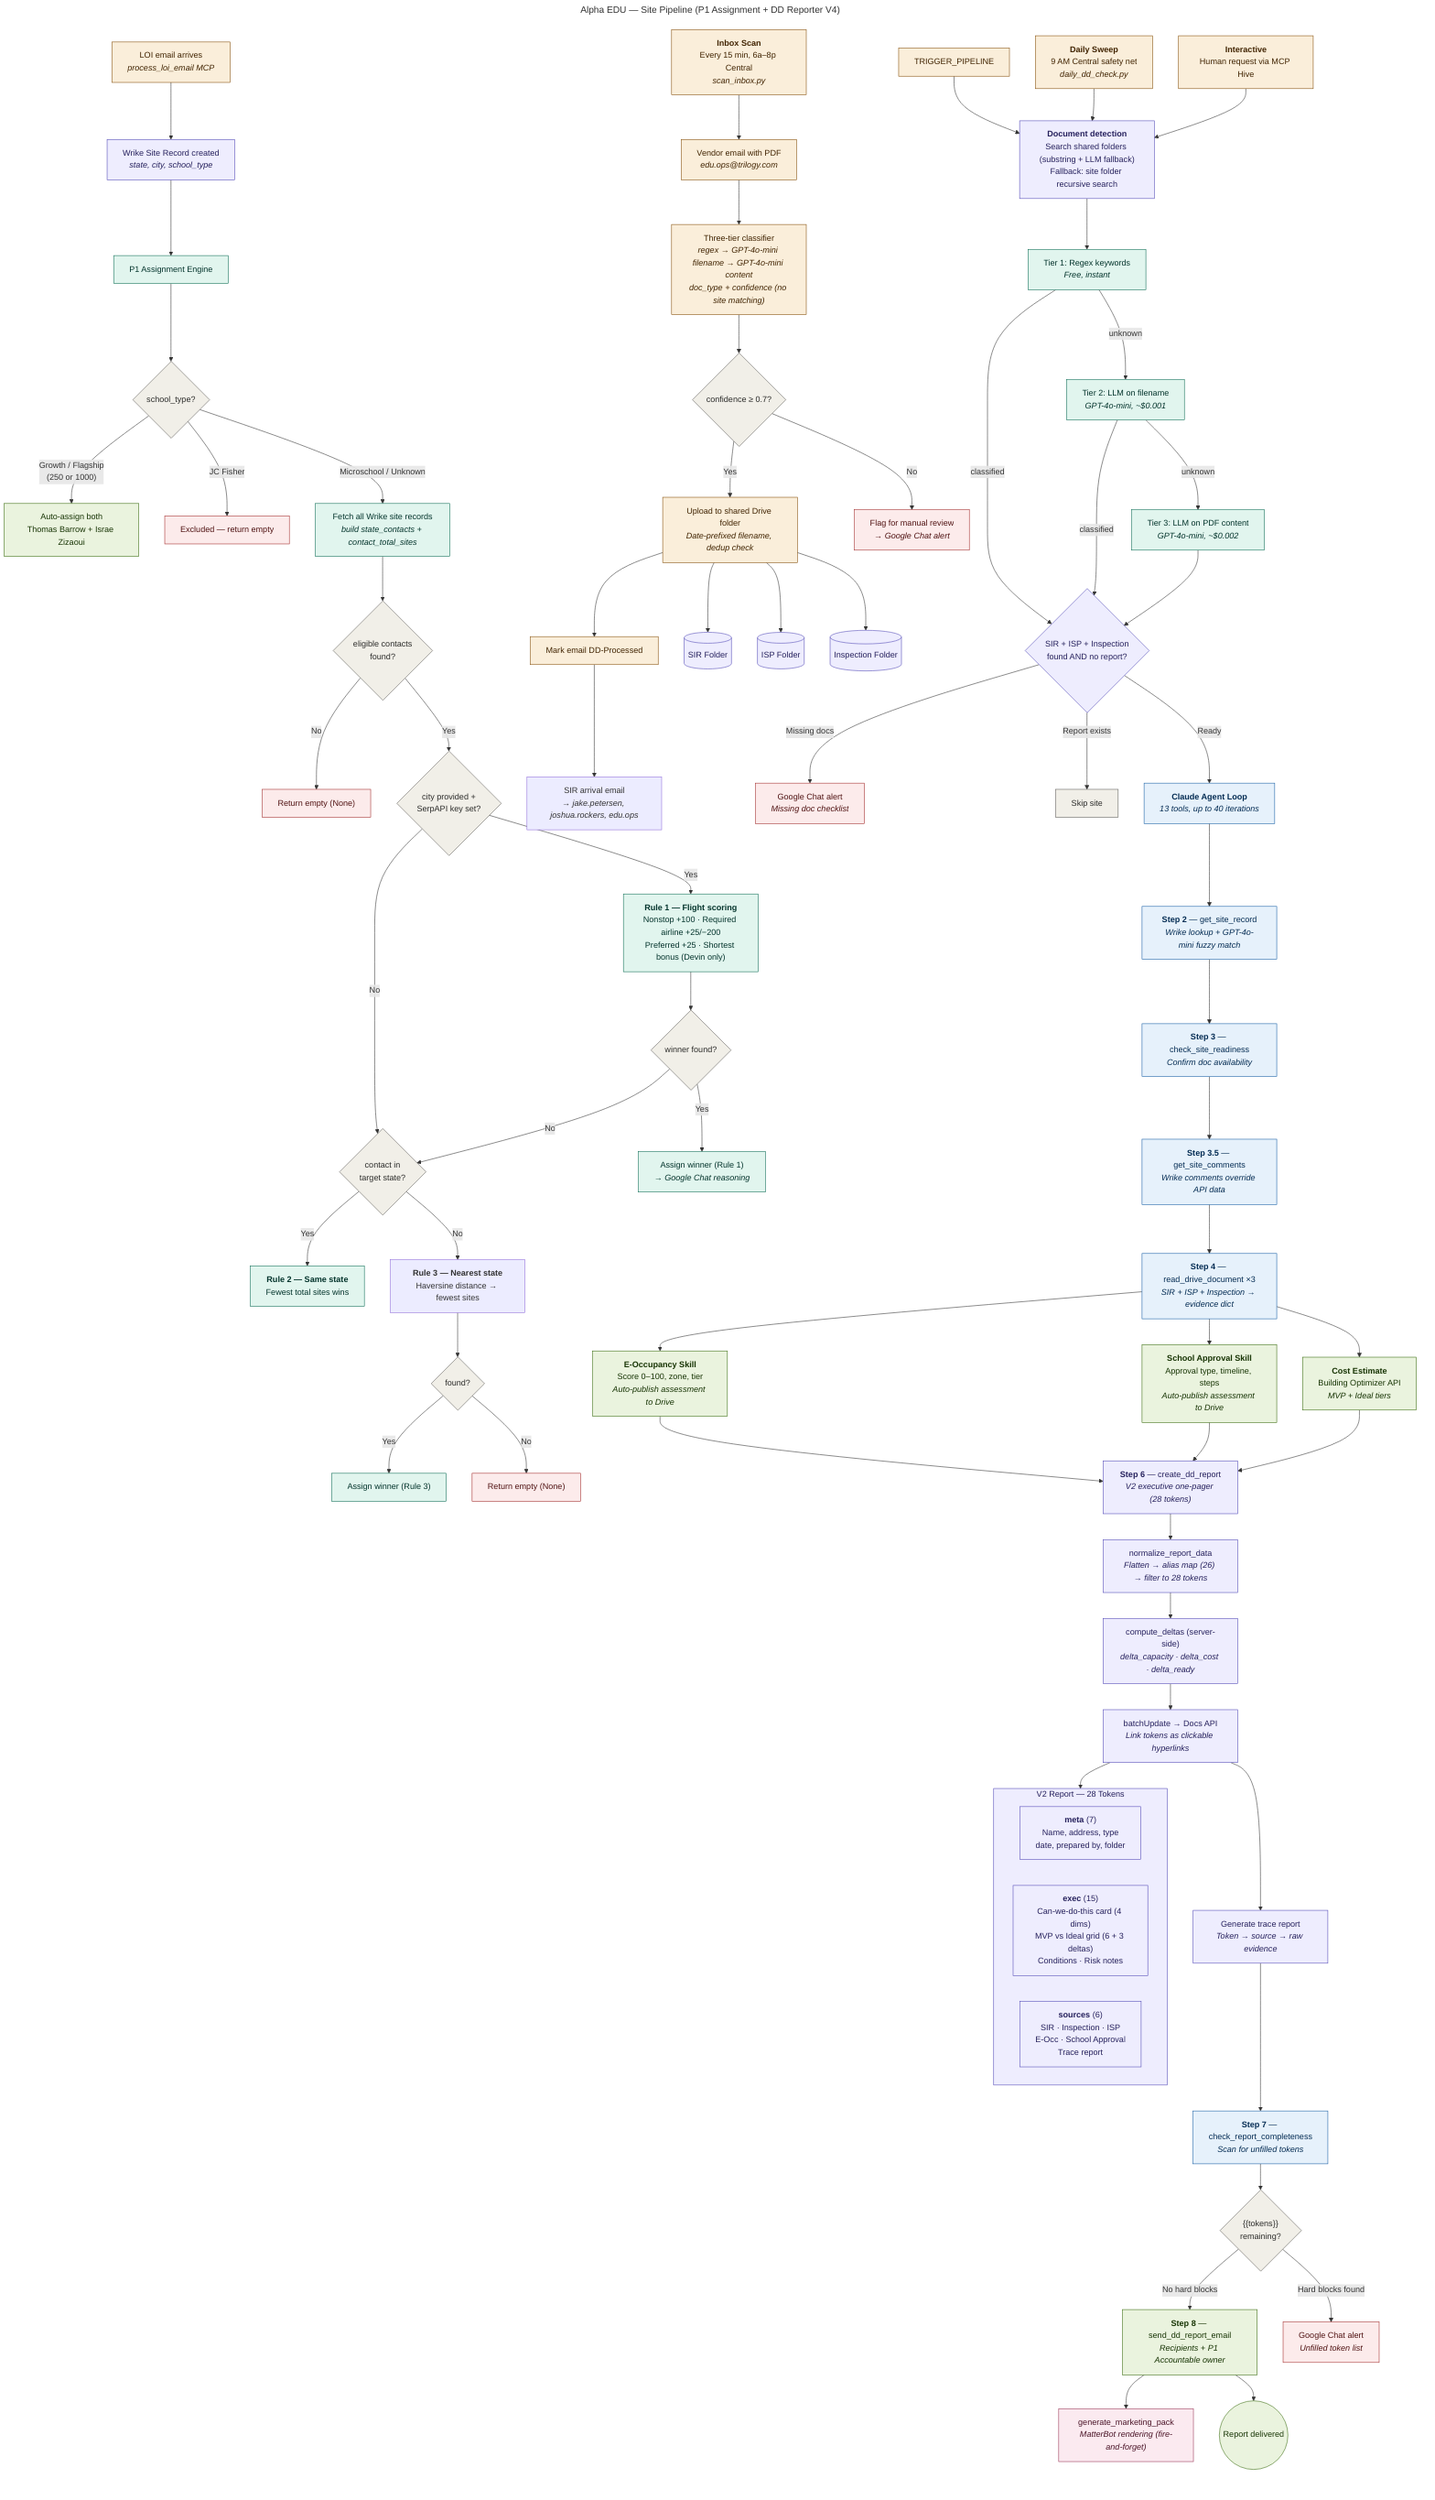
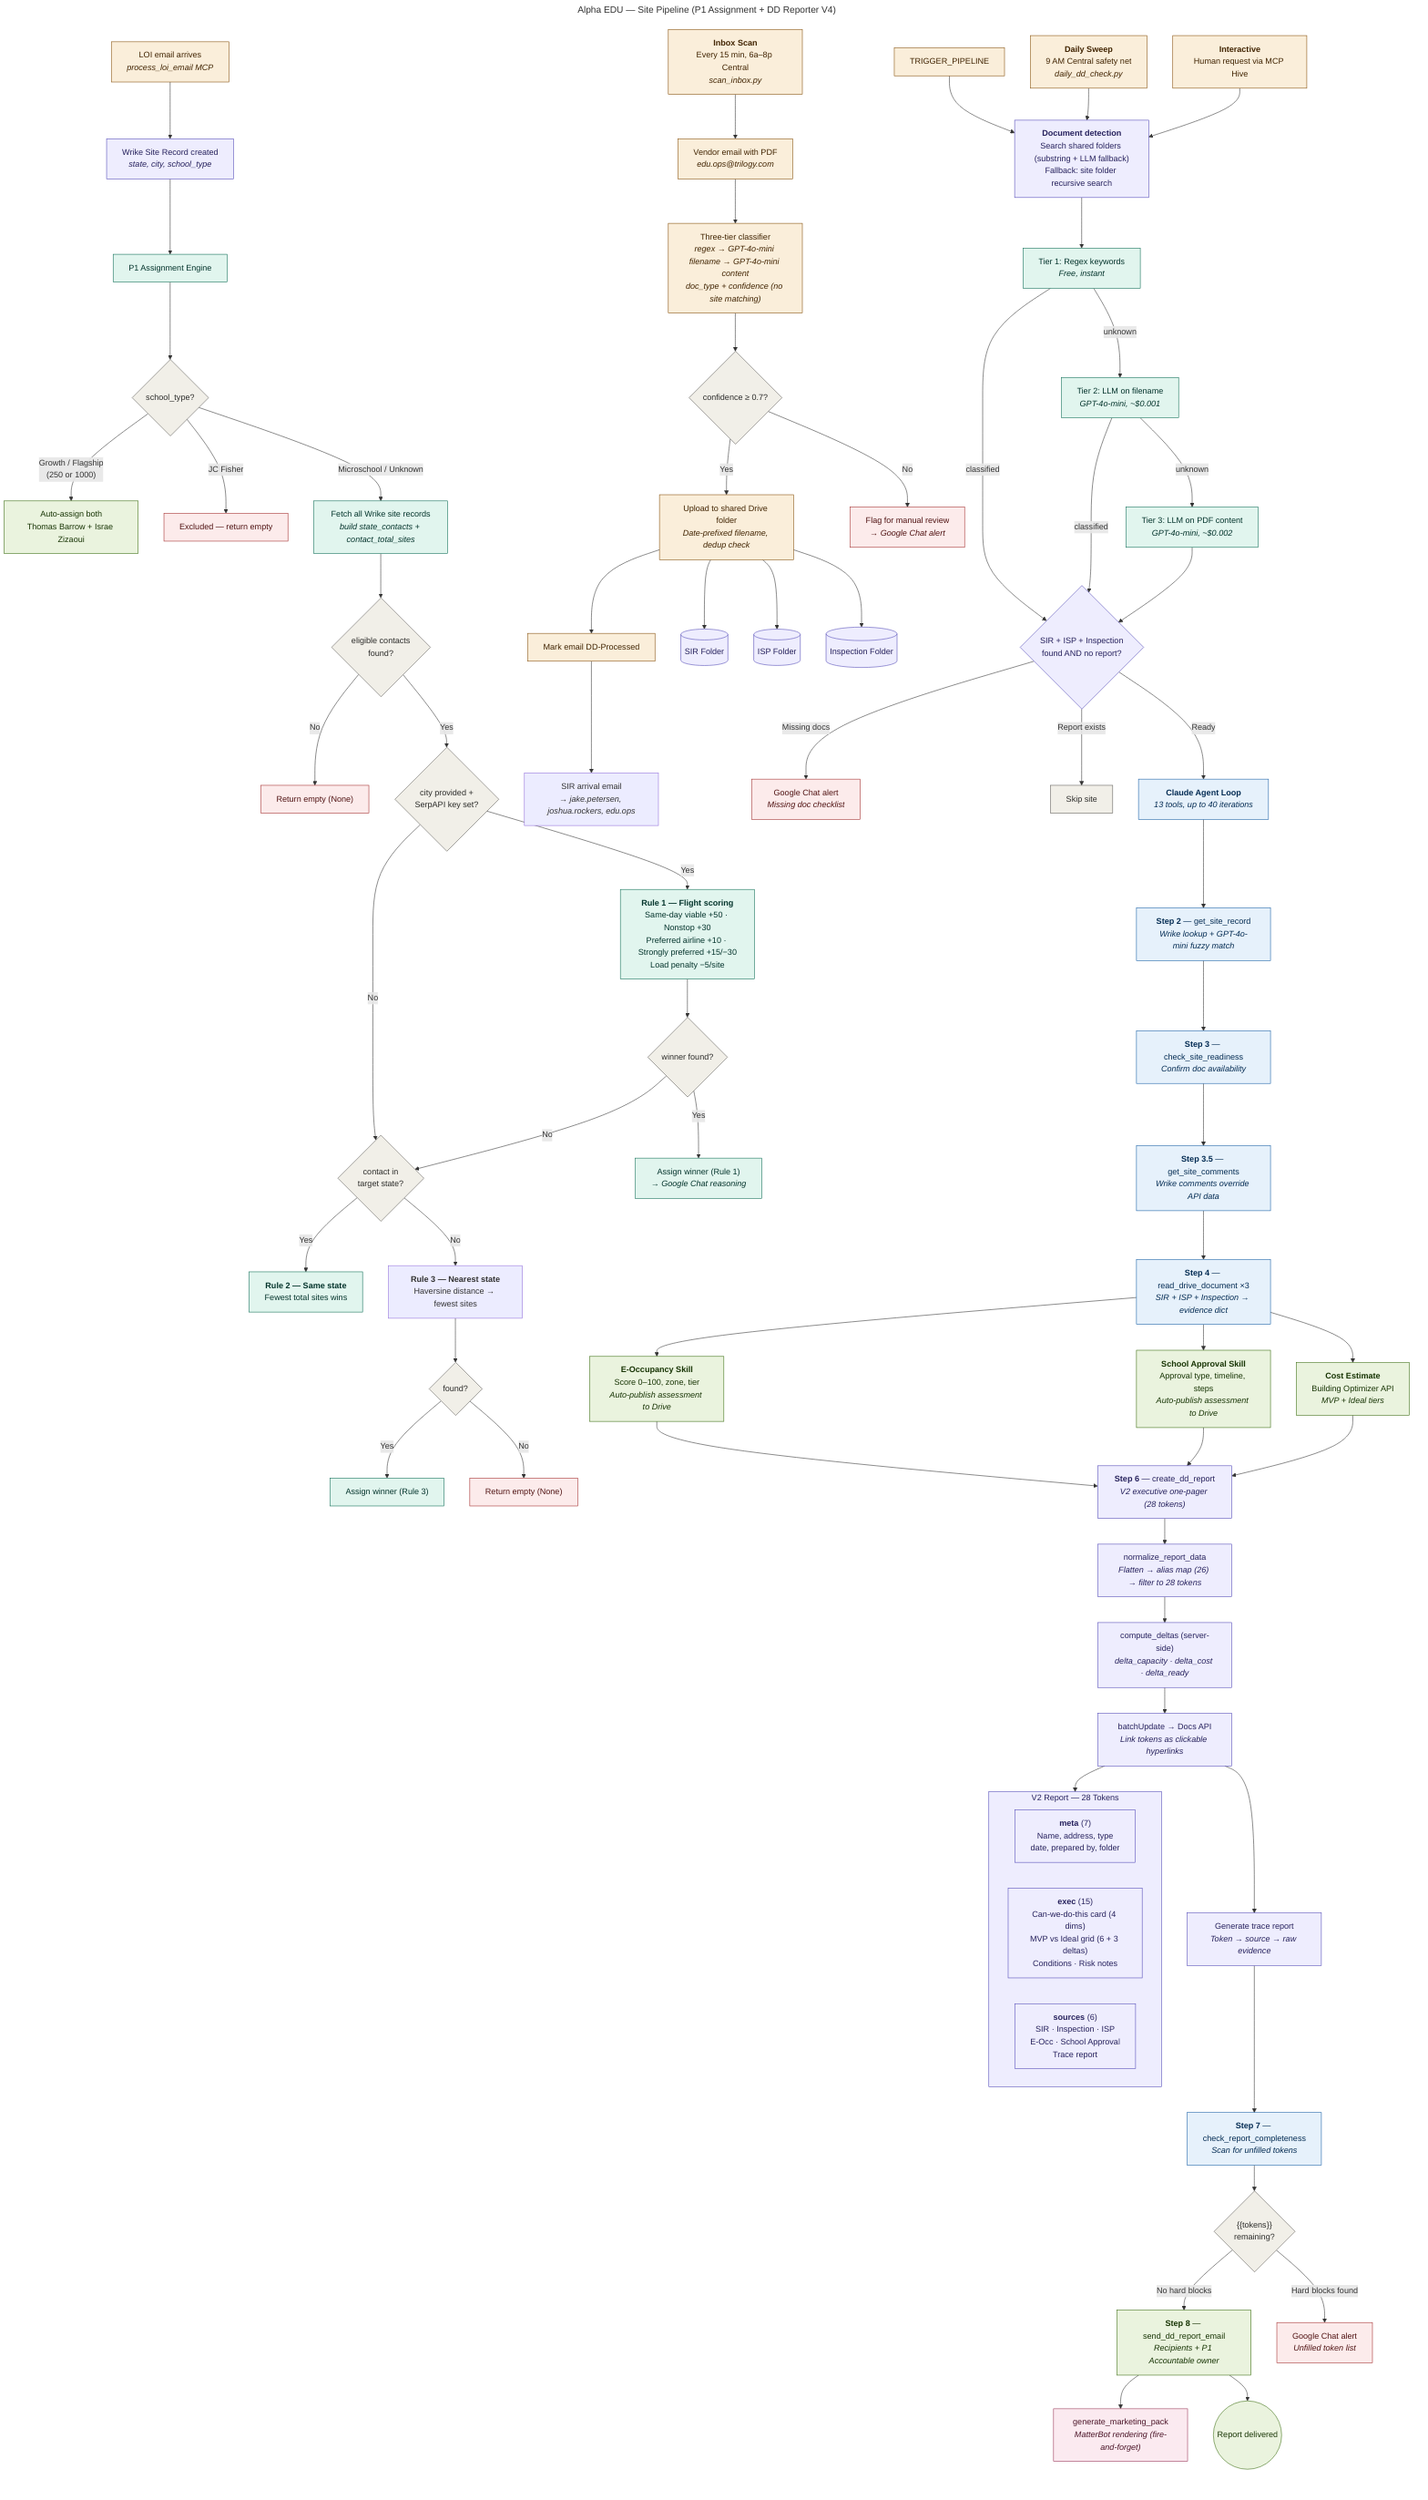
---
title: Alpha EDU — Site Pipeline (P1 Assignment + DD Reporter V4)
---
flowchart TD
    %% ──────────────────────────────────────────────
    %% PHASE 1 — Site Creation
    %% ──────────────────────────────────────────────
    LOI["LOI email arrives<br/><i>process_loi_email MCP</i>"]
    WRIKE["Wrike Site Record created<br/><i>state, city, school_type</i>"]
    P1["P1 Assignment Engine"]

    LOI --> WRIKE --> P1

    %% ──────────────────────────────────────────────
    %% PHASE 2 — P1 Accountable Assignment
    %% ──────────────────────────────────────────────
    P1 --> TYPE_CHECK{school_type?}

    TYPE_CHECK -->|"Growth / Flagship<br/>(250 or 1000)"| AUTO_ASSIGN["Auto-assign both<br/>Thomas Barrow + Israe Zizaoui"]
    TYPE_CHECK -->|"JC Fisher"| EXCLUDED["Excluded — return empty"]
    TYPE_CHECK -->|"Microschool / Unknown"| FETCH_WRIKE["Fetch all Wrike site records<br/><i>build state_contacts + contact_total_sites</i>"]

    FETCH_WRIKE --> HAS_CONTACTS{eligible contacts<br/>found?}
    HAS_CONTACTS -->|No| NO_CONTACTS["Return empty (None)"]
    HAS_CONTACTS -->|Yes| CITY_CHECK{city provided +<br/>SerpAPI key set?}

-     CITY_CHECK -->|Yes| RULE1["<b>Rule 1 — Flight scoring</b><br/>Nonstop +100 · Required airline +25/−200<br/>Preferred +25 · Shortest bonus (Devin only)"]
+     CITY_CHECK -->|Yes| RULE1["<b>Rule 1 — Flight scoring</b><br/>Same-day viable +50 · Nonstop +30<br/>Preferred airline +10 · Strongly preferred +15/−30<br/>Load penalty −5/site"]
    CITY_CHECK -->|No| RULE2

    RULE1 --> R1_RESULT{winner found?}
    R1_RESULT -->|Yes| ASSIGN_R1["Assign winner (Rule 1)<br/><i>→ Google Chat reasoning</i>"]
    R1_RESULT -->|No| RULE2

    RULE2{contact in<br/>target state?}
    RULE2 -->|"Yes"| ASSIGN_R2["<b>Rule 2 — Same state</b><br/>Fewest total sites wins"]
    RULE2 -->|"No"| RULE3["<b>Rule 3 — Nearest state</b><br/>Haversine distance → fewest sites"]

    RULE3 --> R3_RESULT{found?}
    R3_RESULT -->|Yes| ASSIGN_R3["Assign winner (Rule 3)"]
    R3_RESULT -->|No| NO_CONTACTS2["Return empty (None)"]

    %% ──────────────────────────────────────────────
    %% PHASE 3 — DD Reporter V4 Triggers
    %% ──────────────────────────────────────────────
    INBOX["<b>Inbox Scan</b><br/>Every 15 min, 6a–8p Central<br/><i>scan_inbox.py</i>"]
    SWEEP["<b>Daily Sweep</b><br/>9 AM Central safety net<br/><i>daily_dd_check.py</i>"]
    INTERACTIVE["<b>Interactive</b><br/>Human request via MCP Hive"]

    %% ──────────────────────────────────────────────
    %% Inbox Scan Detail
    %% ──────────────────────────────────────────────
    INBOX --> VENDOR_EMAIL["Vendor email with PDF<br/><i>edu.ops@trilogy.com</i>"]
    VENDOR_EMAIL --> CLASSIFY["Three-tier classifier<br/><i>regex → GPT-4o-mini filename → GPT-4o-mini content</i><br/><i>doc_type + confidence (no site matching)</i>"]
    CLASSIFY --> CONF_CHECK{confidence ≥ 0.7?}
    CONF_CHECK -->|Yes| UPLOAD["Upload to shared Drive folder<br/><i>Date-prefixed filename, dedup check</i>"]
    CONF_CHECK -->|No| FLAG["Flag for manual review<br/><i>→ Google Chat alert</i>"]
    UPLOAD --> MARK["Mark email DD-Processed"]
    MARK --> SIR_NOTIFY["SIR arrival email<br/><i>→ jake.petersen, joshua.rockers, edu.ops</i>"]

    %% ──────────────────────────────────────────────
    %% Shared folders
    %% ──────────────────────────────────────────────
    UPLOAD --> SIR_FOLDER[("SIR Folder")]
    UPLOAD --> ISP_FOLDER[("ISP Folder")]
    UPLOAD --> BI_FOLDER[("Inspection Folder")]

    %% ──────────────────────────────────────────────
    %% Document Detection — Three-Tier Classification
    %% ──────────────────────────────────────────────
    TRIGGER_PIPELINE --> READINESS
    SWEEP --> READINESS
    INTERACTIVE --> READINESS

    READINESS["<b>Document detection</b><br/>Search shared folders (substring + LLM fallback)<br/>Fallback: site folder recursive search"]
    READINESS --> TIER1["Tier 1: Regex keywords<br/><i>Free, instant</i>"]
    TIER1 -->|unknown| TIER2["Tier 2: LLM on filename<br/><i>GPT-4o-mini, ~$0.001</i>"]
    TIER2 -->|unknown| TIER3["Tier 3: LLM on PDF content<br/><i>GPT-4o-mini, ~$0.002</i>"]
    TIER1 -->|classified| GATE
    TIER2 -->|classified| GATE
    TIER3 --> GATE

    %% ──────────────────────────────────────────────
    %% Readiness Gate
    %% ──────────────────────────────────────────────
    GATE{"SIR + ISP + Inspection<br/>found AND no report?"}
    GATE -->|"Missing docs"| MISSING_ALERT["Google Chat alert<br/><i>Missing doc checklist</i>"]
    GATE -->|"Report exists"| SKIP["Skip site"]
    GATE -->|"Ready"| AGENT_START

    %% ──────────────────────────────────────────────
    %% PHASE 4 — Agent Pipeline (13 tools, 40 iter)
    %% ──────────────────────────────────────────────
    AGENT_START["<b>Claude Agent Loop</b><br/><i>13 tools, up to 40 iterations</i>"]

    AGENT_START --> STEP2["<b>Step 2</b> — get_site_record<br/><i>Wrike lookup + GPT-4o-mini fuzzy match</i>"]
    STEP2 --> STEP3["<b>Step 3</b> — check_site_readiness<br/><i>Confirm doc availability</i>"]
    STEP3 --> STEP3_5["<b>Step 3.5</b> — get_site_comments<br/><i>Wrike comments override API data</i>"]
    STEP3_5 --> STEP4["<b>Step 4</b> — read_drive_document ×3<br/><i>SIR + ISP + Inspection → evidence dict</i>"]

    STEP4 --> STEP5_EOCC["<b>E-Occupancy Skill</b><br/>Score 0–100, zone, tier<br/><i>Auto-publish assessment to Drive</i>"]
    STEP4 --> STEP5_SA["<b>School Approval Skill</b><br/>Approval type, timeline, steps<br/><i>Auto-publish assessment to Drive</i>"]
    STEP4 --> STEP5_COST["<b>Cost Estimate</b><br/>Building Optimizer API<br/><i>MVP + Ideal tiers</i>"]

    STEP5_EOCC --> STEP6
    STEP5_SA --> STEP6
    STEP5_COST --> STEP6

    %% ──────────────────────────────────────────────
    %% V2 Report Compilation
    %% ──────────────────────────────────────────────
    STEP6["<b>Step 6</b> — create_dd_report<br/><i>V2 executive one-pager (28 tokens)</i>"]

    STEP6 --> NORMALIZE["normalize_report_data<br/><i>Flatten → alias map (26) → filter to 28 tokens</i>"]
    NORMALIZE --> DELTAS["compute_deltas (server-side)<br/><i>delta_capacity · delta_cost · delta_ready</i>"]
    DELTAS --> FILL["batchUpdate → Docs API<br/><i>Link tokens as clickable hyperlinks</i>"]
    FILL --> TRACE["Generate trace report<br/><i>Token → source → raw evidence</i>"]

    %% ──────────────────────────────────────────────
    %% V2 Report Sections (subgraph)
    %% ──────────────────────────────────────────────
    subgraph V2_REPORT ["V2 Report — 28 Tokens"]
        direction LR
        META["<b>meta</b> (7)<br/>Name, address, type<br/>date, prepared by, folder"]
        EXEC["<b>exec</b> (15)<br/>Can-we-do-this card (4 dims)<br/>MVP vs Ideal grid (6 + 3 deltas)<br/>Conditions · Risk notes"]
        SOURCES["<b>sources</b> (6)<br/>SIR · Inspection · ISP<br/>E-Occ · School Approval<br/>Trace report"]
    end

    FILL --> V2_REPORT

    %% ──────────────────────────────────────────────
    %% Completeness + Delivery
    %% ──────────────────────────────────────────────
    TRACE --> STEP7["<b>Step 7</b> — check_report_completeness<br/><i>Scan for unfilled tokens</i>"]

    STEP7 --> COMPLETE_CHECK{"{{tokens}}<br/>remaining?"}
    COMPLETE_CHECK -->|"No hard blocks"| STEP8["<b>Step 8</b> — send_dd_report_email<br/><i>Recipients + P1 Accountable owner</i>"]
    COMPLETE_CHECK -->|"Hard blocks found"| INCOMPLETE_ALERT["Google Chat alert<br/><i>Unfilled token list</i>"]

    STEP8 --> MATTERBOT["generate_marketing_pack<br/><i>MatterBot rendering (fire-and-forget)</i>"]
    STEP8 --> DONE(("Report delivered"))

    %% ──────────────────────────────────────────────
    %% Styles
    %% ──────────────────────────────────────────────
    classDef trigger fill:#FAEEDA,stroke:#854F0B,color:#412402
    classDef wrike fill:#EEEDFE,stroke:#534AB7,color:#26215C
    classDef assignment fill:#E1F5EE,stroke:#0F6E56,color:#04342C
    classDef coral fill:#FAECE7,stroke:#993C1D,color:#4A1B0C
    classDef agent fill:#E6F1FB,stroke:#185FA5,color:#042C53
    classDef success fill:#EAF3DE,stroke:#3B6D11,color:#173404
    classDef danger fill:#FCEBEB,stroke:#A32D2D,color:#501313
    classDef neutral fill:#F1EFE8,stroke:#5F5E5A,color:#2C2C2A
    classDef pink fill:#FBEAF0,stroke:#993556,color:#4B1528

    class LOI,INBOX,SWEEP,INTERACTIVE,VENDOR_EMAIL,CLASSIFY,UPLOAD,MARK,TRIGGER_PIPELINE trigger
    class WRIKE,READINESS,GATE,NORMALIZE,DELTAS,FILL,TRACE,STEP6 wrike
    class P1,FETCH_WRIKE,RULE1,ASSIGN_R1,ASSIGN_R2,ASSIGN_R3 assignment
    class AUTO_ASSIGN,STEP8,DONE,STEP5_EOCC,STEP5_SA,STEP5_COST success
    class EXCLUDED,NO_CONTACTS,NO_CONTACTS2,FLAG,MISSING_ALERT,INCOMPLETE_ALERT danger
    class TYPE_CHECK,HAS_CONTACTS,CITY_CHECK,R1_RESULT,R3_RESULT,CONF_CHECK,COMPLETE_CHECK,RULE2 neutral
    class AGENT_START,STEP2,STEP3,STEP3_5,STEP4,STEP7 agent
    class TIER1,TIER2,TIER3 assignment
    class META,EXEC,SOURCES,V2_REPORT wrike
    class MATTERBOT pink
    class SIR_FOLDER,ISP_FOLDER,BI_FOLDER wrike
    class SKIP neutral